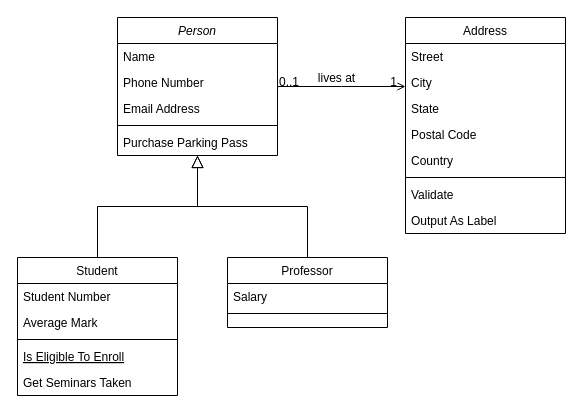
The draw.io diagram Untitled Diagram.drawio in victoriamazo/victoriamazo.github.io, before the edit. Source tidied: cells renumbered, new cells numbered last; positions are measured from the earlier drawing's top-left corner, leaving out a move shared by most shapes. Both pictures are drawn from the tidied source at 100%, with x=0, y=0 at pixel (17, 17).
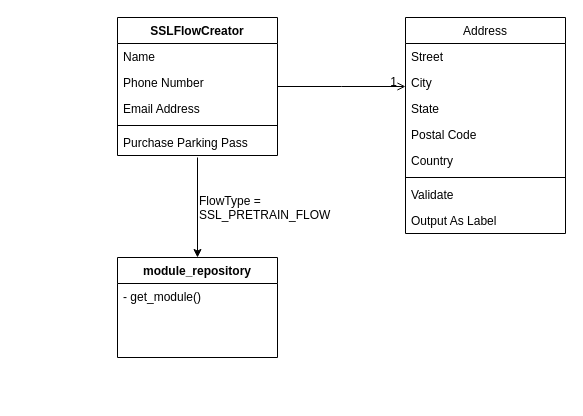
After the change.

Unchanged cells that the change refers to:
```xml
<mxCell id="28" style="endArrow=open;shadow=0;strokeWidth=1;rounded=0;endFill=1;edgeStyle=elbowEdgeStyle;elbow=vertical;" parent="1" edge="1" source="2" target="19">
  <mxGeometry x="0.5" y="41" relative="1" as="geometry">
    <mxPoint x="-40" y="32" as="offset" />
  </mxGeometry>
</mxCell>
```

What changed in the source:
```diff
@@
-    <mxCell id="2" value="Person" style="swimlane;fontStyle=2;align=center;verticalAlign=top;horizontal=1;startSize=26;rounded=0;shadow=0;strokeWidth=1;" parent="1" vertex="1">
+    <mxCell id="2" value="SSLFlowCreator" style="swimlane;fontStyle=1;align=center;verticalAlign=top;horizontal=1;startSize=26;rounded=0;shadow=0;strokeWidth=1;" parent="1" vertex="1">
       <mxGeometry x="100" width="160" height="138" as="geometry" />
     </mxCell>
@@
-    <mxCell id="8" value="Student" style="swimlane;fontStyle=0;align=center;verticalAlign=top;horizontal=1;startSize=26;rounded=0;shadow=0;strokeWidth=1;" parent="1" vertex="1">
-      <mxGeometry y="240" width="160" height="138" as="geometry" />
+    <mxCell id="8" value="module_repository" style="swimlane;fontStyle=1;align=center;verticalAlign=top;horizontal=1;startSize=26;rounded=0;shadow=0;strokeWidth=1;" parent="1" vertex="1">
+      <mxGeometry x="100" y="240" width="160" height="100" as="geometry" />
     </mxCell>
-    <mxCell id="9" value="Student Number" style="text;align=left;verticalAlign=top;spacingLeft=4;spacingRight=4;overflow=hidden;" parent="8" vertex="1">
+    <mxCell id="9" value="- get_module()" style="text;align=left;verticalAlign=top;spacingLeft=4;spacingRight=4;overflow=hidden;" parent="8" vertex="1">
       <mxGeometry y="26" width="160" height="26" as="geometry" />
     </mxCell>
-    <mxCell id="10" value="Average Mark" style="text;align=left;verticalAlign=top;spacingLeft=4;spacingRight=4;overflow=hidden;rounded=0;shadow=0;html=0;" parent="8" vertex="1">
-      <mxGeometry y="52" width="160" height="26" as="geometry" />
-    </mxCell>
-    <mxCell id="11" style="line;html=1;strokeWidth=1;align=left;verticalAlign=middle;spacingTop=-1;spacingLeft=3;spacingRight=3;labelPosition=right;" parent="8" vertex="1">
-      <mxGeometry y="78" width="160" height="8" as="geometry" />
-    </mxCell>
-    <mxCell id="12" value="Is Eligible To Enroll" style="text;align=left;verticalAlign=top;spacingLeft=4;spacingRight=4;overflow=hidden;fontStyle=4;" parent="8" vertex="1">
-      <mxGeometry y="86" width="160" height="26" as="geometry" />
-    </mxCell>
-    <mxCell id="13" value="Get Seminars Taken" style="text;align=left;verticalAlign=top;spacingLeft=4;spacingRight=4;overflow=hidden;" parent="8" vertex="1">
-      <mxGeometry y="112" width="160" height="26" as="geometry" />
-    </mxCell>
-    <mxCell id="14" style="endArrow=block;endSize=10;endFill=0;shadow=0;strokeWidth=1;rounded=0;edgeStyle=elbowEdgeStyle;elbow=vertical;" parent="1" edge="1" source="8" target="2">
-      <mxGeometry relative="1" as="geometry" />
-    </mxCell>
-    <mxCell id="15" value="Professor" style="swimlane;fontStyle=0;align=center;verticalAlign=top;horizontal=1;startSize=26;rounded=0;shadow=0;strokeWidth=1;" parent="1" vertex="1">
-      <mxGeometry x="210" y="240" width="160" height="70" as="geometry" />
-    </mxCell>
-    <mxCell id="16" value="Salary" style="text;align=left;verticalAlign=top;spacingLeft=4;spacingRight=4;overflow=hidden;" parent="15" vertex="1">
-      <mxGeometry y="26" width="160" height="26" as="geometry" />
-    </mxCell>
-    <mxCell id="17" style="line;html=1;strokeWidth=1;align=left;verticalAlign=middle;spacingTop=-1;spacingLeft=3;spacingRight=3;labelPosition=right;" parent="15" vertex="1">
-      <mxGeometry y="52" width="160" height="8" as="geometry" />
-    </mxCell>
-    <mxCell id="18" style="endArrow=block;endSize=10;endFill=0;shadow=0;strokeWidth=1;rounded=0;edgeStyle=elbowEdgeStyle;elbow=vertical;" parent="1" edge="1" source="15" target="2">
-      <mxGeometry relative="1" as="geometry" />
-    </mxCell>
@@
-    <mxCell id="29" value="0..1" style="align=left;verticalAlign=bottom;labelBackgroundColor=none;fontSize=12;" parent="28" vertex="1">
-      <mxGeometry x="-1" relative="1" as="geometry">
-        <mxPoint y="4" as="offset" />
-      </mxGeometry>
-    </mxCell>
@@
-    <mxCell id="31" value="lives at" style="text;html=1;align=center;verticalAlign=middle;labelBackgroundColor=none;rounded=0;shadow=0;strokeWidth=1;fontSize=12;" parent="28" vertex="1">
-      <mxGeometry x="0.5" y="49" relative="1" as="geometry">
-        <mxPoint x="-38" y="40" as="offset" />
-      </mxGeometry>
-    </mxCell>
+    <mxCell id="32" value="FlowType = SSL_PRETRAIN_FLOW" style="text;whiteSpace=wrap;html=1;" parent="1" vertex="1">
+      <mxGeometry x="180" y="170" width="160" height="40" as="geometry" />
+    </mxCell>
+    <mxCell id="33" style="endArrow=classic;html=1;rounded=0;entryX=0.5;entryY=0;entryDx=0;entryDy=0;" parent="1" edge="1" target="8">
+      <mxGeometry x="-1" y="-166" relative="1" as="geometry">
+        <mxPoint x="180" y="140" as="sourcePoint" />
+        <mxPoint x="26" y="-90" as="offset" />
+      </mxGeometry>
+    </mxCell>
```
